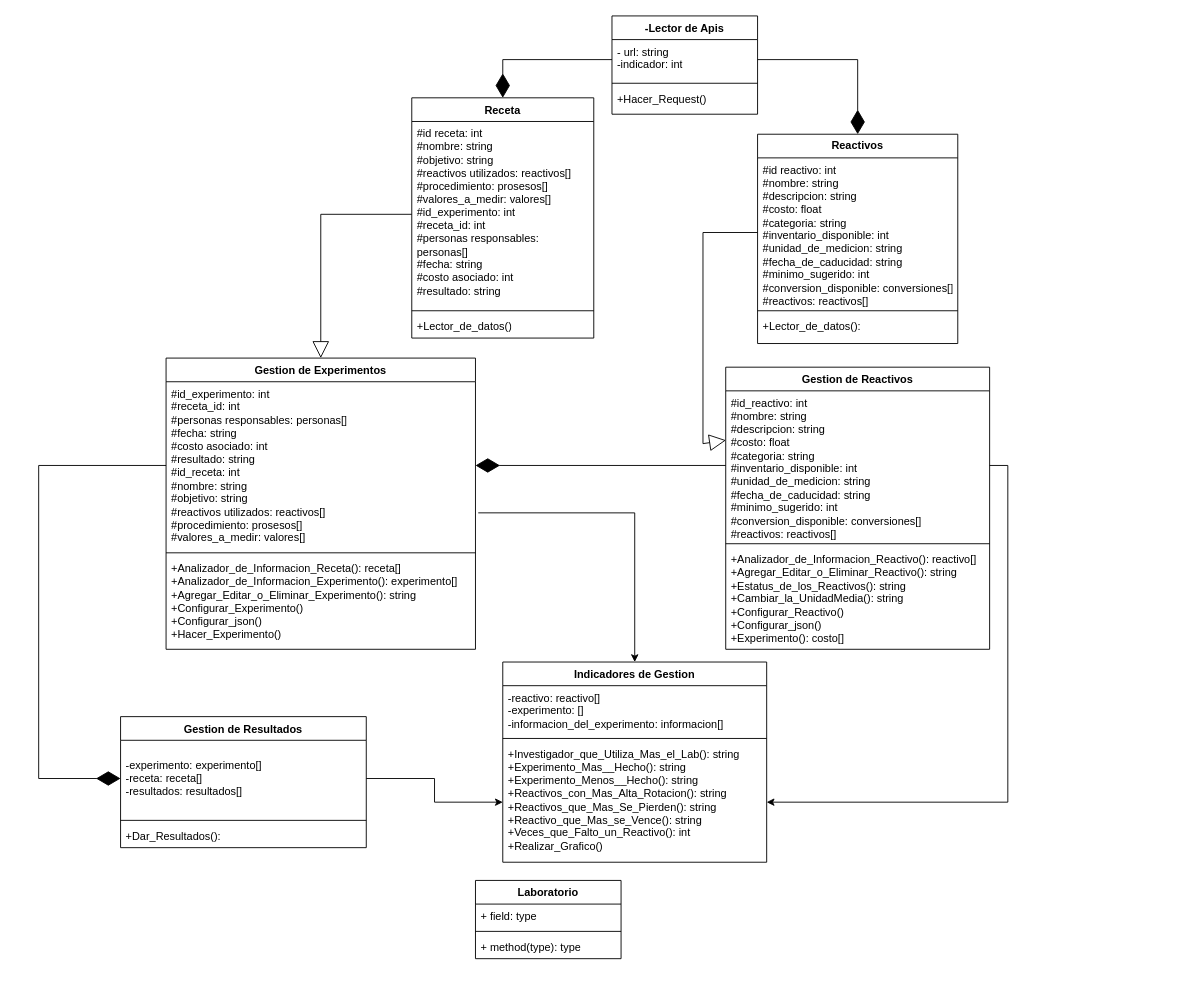
Diegoafkx/Proyecto keeps this draw.io diagram as Diagrama_proyecto.drawio. Above is the earlier version. Source tidied: cells renumbered, new cells numbered last; positions are measured from the earlier drawing's top-left corner, leaving out a move shared by most shapes. Both pictures are drawn from the tidied source at 91%, with x=0, y=0 at pixel (38, 15).
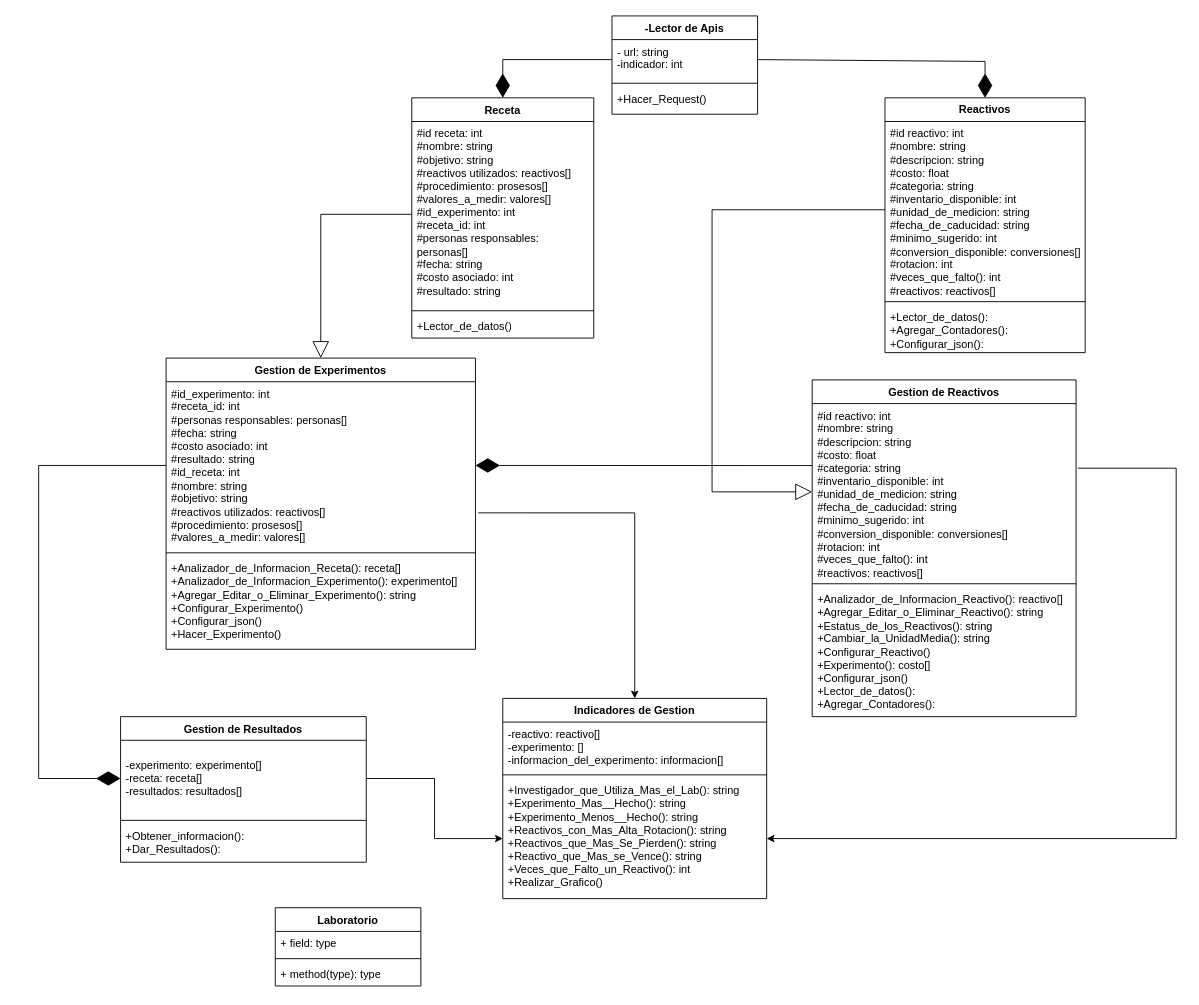
The same diagram, later.

The change refers to these unchanged cells:
```xml
<mxCell id="3" value="- url: string&lt;div&gt;-indicador: int&lt;/div&gt;" style="text;strokeColor=none;fillColor=none;align=left;verticalAlign=top;spacingLeft=4;spacingRight=4;overflow=hidden;points=[[0,0.5],[1,0.5]];portConstraint=eastwest;whiteSpace=wrap;html=1;" parent="2" vertex="1">
  <mxGeometry y="26" width="160" height="44" as="geometry" />
</mxCell>
<mxCell id="11" value="#id_experimento: int&lt;div&gt;#receta_id: int&lt;/div&gt;&lt;div&gt;#personas responsables: personas[]&lt;/div&gt;&lt;div&gt;#fecha: string&lt;/div&gt;&lt;div&gt;#costo asociado: int&lt;/div&gt;&lt;div&gt;#resultado: string&lt;/div&gt;&lt;div&gt;#id_receta: int&lt;div&gt;#nombre: string&lt;/div&gt;&lt;div&gt;#objetivo: string&lt;/div&gt;&lt;div&gt;#reactivos utilizados: reactivos[]&lt;/div&gt;&lt;div&gt;#procedimiento: prosesos[]&lt;/div&gt;&lt;div&gt;#valores_a_medir: valores[]&lt;/div&gt;&lt;/div&gt;" style="text;strokeColor=none;fillColor=none;align=left;verticalAlign=top;spacingLeft=4;spacingRight=4;overflow=hidden;points=[[0,0.5],[1,0.5]];portConstraint=eastwest;whiteSpace=wrap;html=1;" parent="10" vertex="1">
  <mxGeometry y="26" width="340" height="184" as="geometry" />
</mxCell>
<mxCell id="21" value="+Investigador_que_Utiliza_Mas_el_Lab(): string&lt;div&gt;+Experimento_Mas__Hecho(): string&lt;/div&gt;&lt;div&gt;&lt;div&gt;+Experimento_Menos__Hecho(): string&lt;/div&gt;&lt;div&gt;+Reactivos_con_Mas_Alta_Rotacion(): string&lt;/div&gt;&lt;div&gt;+Reactivos_que_Mas_Se_Pierden(): string&lt;/div&gt;&lt;div&gt;+Reactivo_que_Mas_se_Vence(): string&lt;/div&gt;&lt;div&gt;+Veces_que_Falto_un_Reactivo(): int&lt;/div&gt;&lt;div&gt;+Realizar_Grafico()&lt;/div&gt;&lt;div&gt;&lt;br&gt;&lt;/div&gt;&lt;/div&gt;" style="text;strokeColor=none;fillColor=none;align=left;verticalAlign=top;spacingLeft=4;spacingRight=4;overflow=hidden;points=[[0,0.5],[1,0.5]];portConstraint=eastwest;whiteSpace=wrap;html=1;" parent="18" vertex="1">
  <mxGeometry y="88" width="290" height="132" as="geometry" />
</mxCell>
```

Diff of the diagram source:
```diff
@@
     <mxCell id="6" value="Gestion de Reactivos" style="swimlane;fontStyle=1;align=center;verticalAlign=top;horizontal=1;startSize=26;whiteSpace=wrap;html=1;" parent="1" vertex="1">
-      <mxGeometry x="755" y="386" width="290" height="310" as="geometry" />
+      <mxGeometry x="850" y="400" width="290" height="370" as="geometry" />
     </mxCell>
-    <mxCell id="7" value="&lt;div&gt;#id_reactivo: int&lt;/div&gt;&lt;div&gt;#nombre: string&lt;/div&gt;&lt;div&gt;#descripcion: string&lt;/div&gt;&lt;div&gt;#costo: float&lt;/div&gt;&lt;div&gt;#categoria: string&lt;/div&gt;&lt;div&gt;#inventario_disponible: int&lt;/div&gt;&lt;div&gt;#unidad_de_medicion: string&lt;/div&gt;&lt;div&gt;#fecha_de_caducidad: string&lt;/div&gt;&lt;div&gt;#minimo_sugerido: int&lt;/div&gt;&lt;div&gt;#conversion_disponible: conversiones[]&lt;/div&gt;&lt;div&gt;#reactivos: reactivos[]&lt;/div&gt;" style="text;strokeColor=none;fillColor=none;align=left;verticalAlign=top;spacingLeft=4;spacingRight=4;overflow=hidden;points=[[0,0.5],[1,0.5]];portConstraint=eastwest;whiteSpace=wrap;html=1;" parent="6" vertex="1">
-      <mxGeometry y="26" width="290" height="164" as="geometry" />
-    </mxCell>
+    <mxCell id="43" value="&lt;div&gt;#id reactivo: int&lt;/div&gt;&lt;div&gt;#nombre: string&lt;/div&gt;&lt;div&gt;#descripcion: string&lt;/div&gt;&lt;div&gt;#costo: float&lt;/div&gt;&lt;div&gt;#categoria: string&lt;/div&gt;&lt;div&gt;#inventario_disponible: int&lt;/div&gt;&lt;div&gt;#unidad_de_medicion: string&lt;/div&gt;&lt;div&gt;#fecha_de_caducidad: string&lt;/div&gt;&lt;div&gt;#minimo_sugerido: int&lt;/div&gt;&lt;div&gt;#conversion_disponible: conversiones[]&lt;/div&gt;&lt;div&gt;#rotacion: int&lt;/div&gt;&lt;div&gt;#veces_que_falto(): int&lt;/div&gt;&lt;div&gt;#reactivos: reactivos[]&lt;/div&gt;" style="text;strokeColor=none;fillColor=none;align=left;verticalAlign=top;spacingLeft=4;spacingRight=4;overflow=hidden;points=[[0,0.5],[1,0.5]];portConstraint=eastwest;whiteSpace=wrap;html=1;" parent="6" vertex="1">
+      <mxGeometry y="26" width="290" height="194" as="geometry" />
+    </mxCell>
     <mxCell id="8" style="line;strokeWidth=1;fillColor=none;align=left;verticalAlign=middle;spacingTop=-1;spacingLeft=3;spacingRight=3;labelPosition=right;strokeColor=inherit;" parent="6" vertex="1">
-      <mxGeometry y="190" width="290" height="8" as="geometry" />
+      <mxGeometry y="220" width="290" height="8" as="geometry" />
     </mxCell>
-    <mxCell id="9" value="&lt;div&gt;+Analizador_de_Informacion_Reactivo(): reactivo[]&lt;/div&gt;+Agregar_Editar_o_Eliminar_Reactivo(): string&lt;div&gt;+Estatus_de_los_Reactivos(): string&lt;/div&gt;&lt;div&gt;&lt;span style=&quot;background-color: transparent; color: light-dark(rgb(0, 0, 0), rgb(255, 255, 255));&quot;&gt;+Cambiar_la_UnidadMedia(): string&lt;/span&gt;&lt;/div&gt;&lt;div&gt;&lt;span style=&quot;background-color: transparent; color: light-dark(rgb(0, 0, 0), rgb(255, 255, 255));&quot;&gt;+Configurar_Reactivo()&lt;/span&gt;&lt;/div&gt;&lt;div&gt;+Configurar_json()&lt;span style=&quot;background-color: transparent; color: light-dark(rgb(0, 0, 0), rgb(255, 255, 255));&quot;&gt;&lt;/span&gt;&lt;/div&gt;&lt;div&gt;+Experimento(): costo[]&lt;/div&gt;" style="text;strokeColor=none;fillColor=none;align=left;verticalAlign=top;spacingLeft=4;spacingRight=4;overflow=hidden;whiteSpace=wrap;html=1;" parent="6" vertex="1">
-      <mxGeometry y="198" width="290" height="112" as="geometry" />
+    <mxCell id="9" value="&lt;div&gt;+Analizador_de_Informacion_Reactivo(): reactivo[]&lt;/div&gt;+Agregar_Editar_o_Eliminar_Reactivo(): string&lt;div&gt;+Estatus_de_los_Reactivos(): string&lt;/div&gt;&lt;div&gt;&lt;span style=&quot;background-color: transparent; color: light-dark(rgb(0, 0, 0), rgb(255, 255, 255));&quot;&gt;+Cambiar_la_UnidadMedia(): string&lt;/span&gt;&lt;/div&gt;&lt;div&gt;&lt;span style=&quot;background-color: transparent; color: light-dark(rgb(0, 0, 0), rgb(255, 255, 255));&quot;&gt;+Configurar_Reactivo()&lt;/span&gt;&lt;/div&gt;&lt;div&gt;&lt;span style=&quot;background-color: transparent; color: light-dark(rgb(0, 0, 0), rgb(255, 255, 255));&quot;&gt;+Experimento(): costo[]&lt;/span&gt;&lt;/div&gt;&lt;div&gt;&lt;div&gt;+Configurar_json()&lt;span style=&quot;background-color: transparent; color: light-dark(rgb(0, 0, 0), rgb(255, 255, 255));&quot;&gt;&lt;/span&gt;&lt;/div&gt;&lt;/div&gt;&lt;div&gt;&lt;div&gt;&lt;span style=&quot;background-color: transparent; color: light-dark(rgb(0, 0, 0), rgb(255, 255, 255));&quot;&gt;+Lector_de_datos(&lt;/span&gt;&lt;span style=&quot;background-color: transparent; color: light-dark(rgb(0, 0, 0), rgb(255, 255, 255));&quot;&gt;):&lt;/span&gt;&lt;/div&gt;&lt;div&gt;&lt;div&gt;+Agregar_Contadores():&lt;/div&gt;&lt;div&gt;&lt;br&gt;&lt;/div&gt;&lt;/div&gt;&lt;/div&gt;&lt;div&gt;&lt;br&gt;&lt;/div&gt;" style="text;strokeColor=none;fillColor=none;align=left;verticalAlign=top;spacingLeft=4;spacingRight=4;overflow=hidden;whiteSpace=wrap;html=1;" parent="6" vertex="1">
+      <mxGeometry y="228" width="290" height="142" as="geometry" />
     </mxCell>
@@
     <mxCell id="14" value="Gestion de Resultados" style="swimlane;fontStyle=1;align=center;verticalAlign=top;horizontal=1;startSize=26;whiteSpace=wrap;html=1;" parent="1" vertex="1">
-      <mxGeometry x="90" y="770" width="270" height="144" as="geometry" />
+      <mxGeometry x="90" y="770" width="270" height="160" as="geometry" />
     </mxCell>
@@
-    <mxCell id="17" value="+Dar_Resultados():" style="text;strokeColor=none;fillColor=none;align=left;verticalAlign=top;spacingLeft=4;spacingRight=4;overflow=hidden;whiteSpace=wrap;html=1;" parent="14" vertex="1">
-      <mxGeometry y="118" width="270" height="26" as="geometry" />
+    <mxCell id="17" value="&lt;div&gt;+Obtener_informacion():&lt;/div&gt;+Dar_Resultados():" style="text;strokeColor=none;fillColor=none;align=left;verticalAlign=top;spacingLeft=4;spacingRight=4;overflow=hidden;whiteSpace=wrap;html=1;" parent="14" vertex="1">
+      <mxGeometry y="118" width="270" height="42" as="geometry" />
     </mxCell>
     <mxCell id="18" value="Indicadores de Gestion" style="swimlane;fontStyle=1;align=center;verticalAlign=top;horizontal=1;startSize=26;whiteSpace=wrap;html=1;" parent="1" vertex="1">
-      <mxGeometry x="510" y="710" width="290" height="220" as="geometry" />
+      <mxGeometry x="510" y="750" width="290" height="220" as="geometry" />
     </mxCell>
@@
     <mxCell id="22" value="&lt;b&gt;Reactivos&lt;/b&gt;" style="swimlane;fontStyle=0;horizontal=1;startSize=26;fillColor=none;whiteSpace=wrap;html=1;shadow=0;" parent="1" vertex="1">
-      <mxGeometry x="790" y="130" width="220" height="230" as="geometry" />
+      <mxGeometry x="930" y="90" width="220" height="280" as="geometry" />
     </mxCell>
-    <mxCell id="23" value="&lt;div&gt;#id reactivo: int&lt;/div&gt;&lt;div&gt;#nombre: string&lt;/div&gt;&lt;div&gt;#descripcion: string&lt;/div&gt;&lt;div&gt;#costo: float&lt;/div&gt;&lt;div&gt;#categoria: string&lt;/div&gt;&lt;div&gt;#inventario_disponible: int&lt;/div&gt;&lt;div&gt;#unidad_de_medicion: string&lt;/div&gt;&lt;div&gt;#fecha_de_caducidad: string&lt;/div&gt;&lt;div&gt;#minimo_sugerido: int&lt;/div&gt;&lt;div&gt;#conversion_disponible: conversiones[]&lt;/div&gt;&lt;div&gt;#reactivos: reactivos[]&lt;/div&gt;" style="text;strokeColor=none;fillColor=none;align=left;verticalAlign=top;spacingLeft=4;spacingRight=4;overflow=hidden;points=[[0,0.5],[1,0.5]];portConstraint=eastwest;whiteSpace=wrap;html=1;" parent="22" vertex="1">
-      <mxGeometry y="26" width="220" height="164" as="geometry" />
+    <mxCell id="23" value="&lt;div&gt;#id reactivo: int&lt;/div&gt;&lt;div&gt;#nombre: string&lt;/div&gt;&lt;div&gt;#descripcion: string&lt;/div&gt;&lt;div&gt;#costo: float&lt;/div&gt;&lt;div&gt;#categoria: string&lt;/div&gt;&lt;div&gt;#inventario_disponible: int&lt;/div&gt;&lt;div&gt;#unidad_de_medicion: string&lt;/div&gt;&lt;div&gt;#fecha_de_caducidad: string&lt;/div&gt;&lt;div&gt;#minimo_sugerido: int&lt;/div&gt;&lt;div&gt;#conversion_disponible: conversiones[]&lt;/div&gt;&lt;div&gt;#rotacion: int&lt;/div&gt;&lt;div&gt;#veces_que_falto(): int&lt;/div&gt;&lt;div&gt;#reactivos: reactivos[]&lt;/div&gt;" style="text;strokeColor=none;fillColor=none;align=left;verticalAlign=top;spacingLeft=4;spacingRight=4;overflow=hidden;points=[[0,0.5],[1,0.5]];portConstraint=eastwest;whiteSpace=wrap;html=1;" parent="22" vertex="1">
+      <mxGeometry y="26" width="220" height="194" as="geometry" />
     </mxCell>
     <mxCell id="24" style="line;strokeWidth=1;fillColor=none;align=left;verticalAlign=middle;spacingTop=-1;spacingLeft=3;spacingRight=3;labelPosition=right;strokeColor=inherit;" parent="22" vertex="1">
-      <mxGeometry y="190" width="220" height="8" as="geometry" />
+      <mxGeometry y="220" width="220" height="8" as="geometry" />
     </mxCell>
-    <mxCell id="25" value="&lt;div&gt;&lt;span style=&quot;background-color: transparent; color: light-dark(rgb(0, 0, 0), rgb(255, 255, 255));&quot;&gt;+Lector_de_datos(&lt;/span&gt;&lt;span style=&quot;background-color: transparent; color: light-dark(rgb(0, 0, 0), rgb(255, 255, 255));&quot;&gt;):&lt;/span&gt;&lt;/div&gt;" style="text;strokeColor=none;fillColor=none;align=left;verticalAlign=top;spacingLeft=4;spacingRight=4;overflow=hidden;whiteSpace=wrap;html=1;" parent="22" vertex="1">
-      <mxGeometry y="198" width="220" height="32" as="geometry" />
+    <mxCell id="25" value="&lt;div&gt;&lt;span style=&quot;background-color: transparent; color: light-dark(rgb(0, 0, 0), rgb(255, 255, 255));&quot;&gt;+Lector_de_datos(&lt;/span&gt;&lt;span style=&quot;background-color: transparent; color: light-dark(rgb(0, 0, 0), rgb(255, 255, 255));&quot;&gt;):&lt;/span&gt;&lt;/div&gt;&lt;div&gt;&lt;div&gt;+Agregar_Contadores():&lt;/div&gt;&lt;div&gt;+Configurar_json():&lt;span style=&quot;background-color: transparent; color: light-dark(rgb(0, 0, 0), rgb(255, 255, 255));&quot;&gt;&lt;/span&gt;&lt;/div&gt;&lt;/div&gt;&lt;div&gt;&lt;br&gt;&lt;/div&gt;" style="text;strokeColor=none;fillColor=none;align=left;verticalAlign=top;spacingLeft=4;spacingRight=4;overflow=hidden;whiteSpace=wrap;html=1;" parent="22" vertex="1">
+      <mxGeometry y="228" width="220" height="52" as="geometry" />
     </mxCell>
@@
-    <mxCell id="31" style="edgeStyle=orthogonalEdgeStyle;rounded=0;jettySize=auto;html=1;exitX=1;exitY=0.5;exitDx=0;exitDy=0;entryX=1;entryY=0.5;entryDx=0;entryDy=0;" parent="1" edge="1" source="7" target="21">
-      <mxGeometry relative="1" as="geometry" />
+    <mxCell id="31" style="edgeStyle=orthogonalEdgeStyle;rounded=0;jettySize=auto;html=1;exitX=1.007;exitY=0.366;exitDx=0;exitDy=0;entryX=1;entryY=0.5;entryDx=0;entryDy=0;exitPerimeter=0;" parent="1" edge="1" source="43" target="21">
+      <mxGeometry relative="1" as="geometry">
+        <Array as="points">
+          <mxPoint x="1250" y="497" />
+          <mxPoint x="1250" y="904" />
+        </Array>
+      </mxGeometry>
     </mxCell>
-    <mxCell id="32" style="endArrow=block;endSize=16;endFill=0;html=1;rounded=0;exitX=0;exitY=0.5;exitDx=0;exitDy=0;entryX=0.001;entryY=0.331;entryDx=0;entryDy=0;entryPerimeter=0;" parent="1" edge="1" source="23" target="7">
+    <mxCell id="32" style="endArrow=block;endSize=16;endFill=0;html=1;rounded=0;exitX=0;exitY=0.5;exitDx=0;exitDy=0;entryX=0;entryY=0.5;entryDx=0;entryDy=0;" parent="1" edge="1" source="23" target="43">
       <mxGeometry relative="1" as="geometry">
         <Array as="points">
-          <mxPoint x="730" y="238" />
-          <mxPoint x="730" y="470" />
+          <mxPoint x="740" y="213" />
+          <mxPoint x="740" y="523" />
         </Array>
       </mxGeometry>
     </mxCell>
@@
     <mxCell id="34" style="endArrow=diamondThin;endFill=1;endSize=24;html=1;rounded=0;exitX=1;exitY=0.5;exitDx=0;exitDy=0;entryX=0.5;entryY=0;entryDx=0;entryDy=0;" parent="1" edge="1" source="3" target="22">
       <mxGeometry relative="1" as="geometry">
         <Array as="points">
-          <mxPoint x="900" y="48" />
+          <mxPoint x="1040" y="50" />
         </Array>
       </mxGeometry>
     </mxCell>
@@
     <mxCell id="36" value="Laboratorio" style="swimlane;fontStyle=1;align=center;verticalAlign=top;horizontal=1;startSize=26;whiteSpace=wrap;html=1;" parent="1" vertex="1">
-      <mxGeometry x="480" y="950" width="160" height="86" as="geometry" />
+      <mxGeometry x="260" y="980" width="160" height="86" as="geometry" />
     </mxCell>
@@
-    <mxCell id="40" style="endArrow=diamondThin;endFill=1;endSize=24;html=1;rounded=0;exitX=0;exitY=0.5;exitDx=0;exitDy=0;entryX=1;entryY=0.5;entryDx=0;entryDy=0;" parent="1" edge="1" source="7" target="11">
+    <mxCell id="40" style="endArrow=diamondThin;endFill=1;endSize=24;html=1;rounded=0;exitX=0;exitY=0.351;exitDx=0;exitDy=0;entryX=1;entryY=0.5;entryDx=0;entryDy=0;exitPerimeter=0;" parent="1" edge="1" source="43" target="11">
       <mxGeometry relative="1" as="geometry" />
     </mxCell>
```
